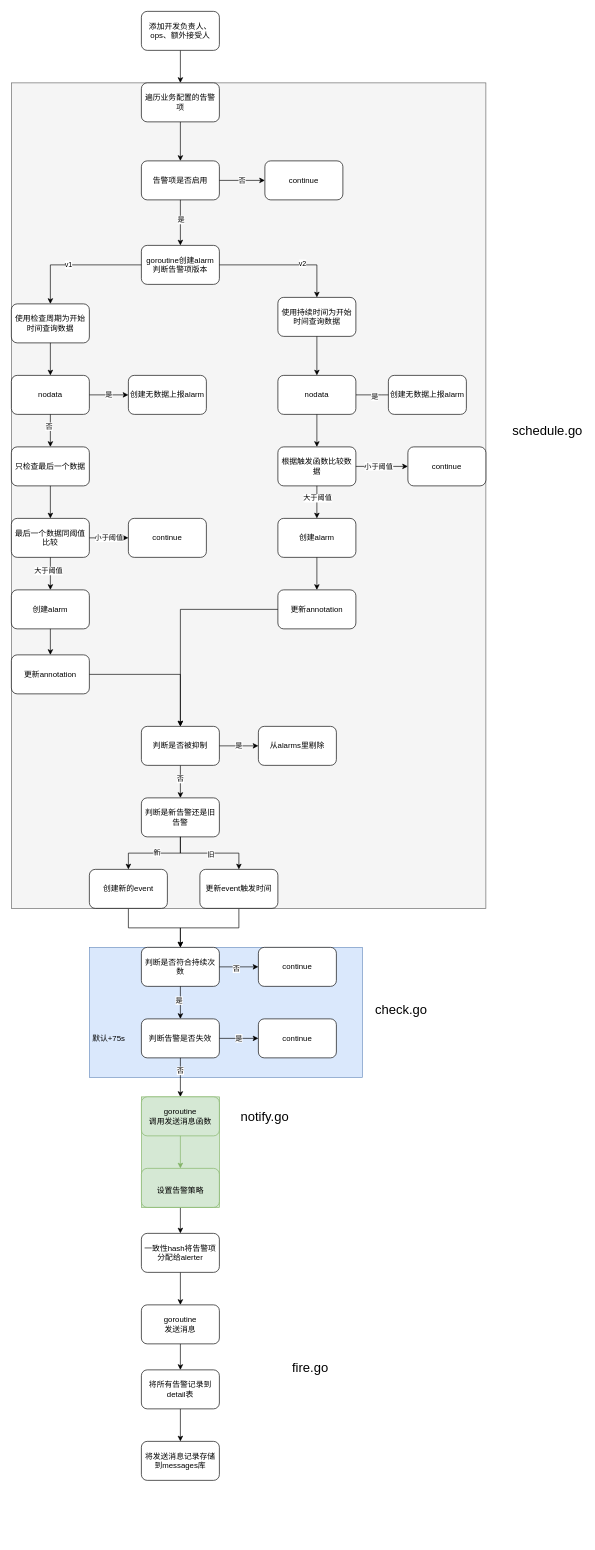
Earlier version of the draw.io diagram alarm流程.drawio (wupei-w/diagrams). Source tidied: cells renumbered, new cells numbered last; positions are measured from the earlier drawing's top-left corner, leaving out a move shared by most shapes. Both pictures are drawn from the tidied source at 65%, with x=0, y=0 at pixel (11, 11).
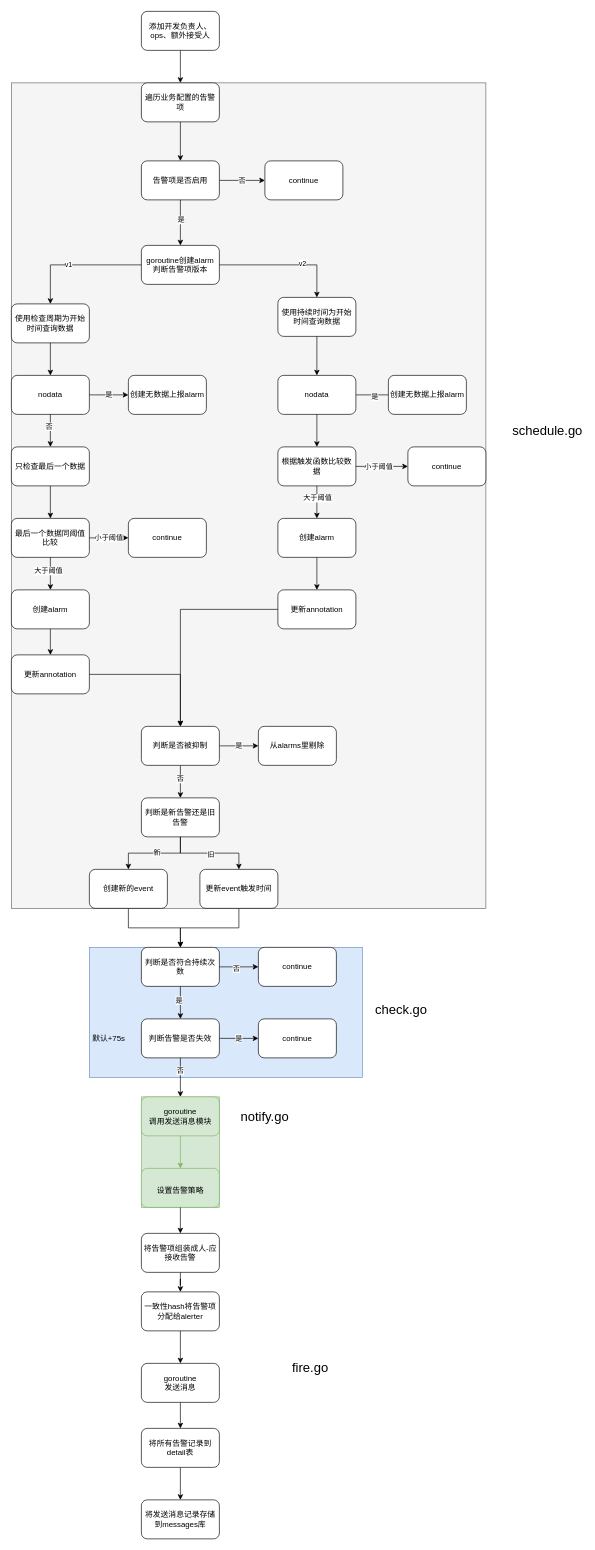
Above is the later version.

Unchanged cells that the change refers to:
```xml
<mxCell id="92" style="group;fillColor=#d5e8d4;strokeColor=#82b366;" parent="1" vertex="1">
  <mxGeometry x="200" y="1670" width="120" height="170" as="geometry" />
</mxCell>
<mxCell id="94" value="&lt;font style=&quot;font-size: 12px;&quot;&gt;设置告警策略&lt;/font&gt;" style="whiteSpace=wrap;html=1;rounded=1;fontSize=20;fillColor=#d5e8d4;strokeColor=#82b366;" parent="92" vertex="1">
  <mxGeometry y="110" width="120" height="60" as="geometry" />
</mxCell>
```

Change to the diagram source:
```diff
@@
-    <mxCell id="82" style="edgeStyle=orthogonalEdgeStyle;rounded=0;jettySize=auto;html=1;fontSize=12;" parent="1" edge="1" source="94" target="86">
-      <mxGeometry relative="1" as="geometry" />
-    </mxCell>
@@
     <mxCell id="86" value="一致性hash将告警项分配给alerter" style="rounded=1;whiteSpace=wrap;html=1;fontSize=12;" parent="1" vertex="1">
-      <mxGeometry x="200" y="1880" width="120" height="60" as="geometry" />
+      <mxGeometry x="200" y="1970" width="120" height="60" as="geometry" />
     </mxCell>
@@
     <mxCell id="88" value="将所有告警记录到detail表" style="whiteSpace=wrap;html=1;rounded=1;fontSize=12;" parent="1" vertex="1">
-      <mxGeometry x="200" y="2090" width="120" height="60" as="geometry" />
+      <mxGeometry x="200" y="2180" width="120" height="60" as="geometry" />
     </mxCell>
     <mxCell id="89" value="将发送消息记录存储到messages库" style="whiteSpace=wrap;html=1;rounded=1;" parent="1" vertex="1">
-      <mxGeometry x="200" y="2200" width="120" height="60" as="geometry" />
+      <mxGeometry x="200" y="2290" width="120" height="60" as="geometry" />
     </mxCell>
@@
     <mxCell id="91" value="goroutine&lt;br&gt;发送消息" style="rounded=1;whiteSpace=wrap;html=1;fontSize=12;" parent="1" vertex="1">
-      <mxGeometry x="200" y="1990" width="120" height="60" as="geometry" />
+      <mxGeometry x="200" y="2080" width="120" height="60" as="geometry" />
     </mxCell>
@@
-    <mxCell id="93" value="goroutine&lt;br&gt;调用发送消息函数" style="whiteSpace=wrap;html=1;rounded=1;fillColor=#d5e8d4;strokeColor=#82b366;" parent="92" vertex="1">
+    <mxCell id="93" value="goroutine&lt;br&gt;调用发送消息模块" style="whiteSpace=wrap;html=1;rounded=1;fillColor=#d5e8d4;strokeColor=#82b366;" parent="92" vertex="1">
       <mxGeometry width="120" height="60" as="geometry" />
     </mxCell>
@@
+    <mxCell id="96" style="edgeStyle=orthogonalEdgeStyle;rounded=0;jettySize=auto;html=1;fontSize=12;" parent="1" edge="1" source="97" target="86">
+      <mxGeometry relative="1" as="geometry" />
+    </mxCell>
+    <mxCell id="97" value="将告警项组装成人-应接收告警" style="rounded=1;whiteSpace=wrap;html=1;fontSize=12;" parent="1" vertex="1">
+      <mxGeometry x="200" y="1880" width="120" height="60" as="geometry" />
+    </mxCell>
+    <mxCell id="98" style="edgeStyle=orthogonalEdgeStyle;rounded=0;jettySize=auto;html=1;fontSize=12;" parent="1" edge="1" source="94" target="97">
+      <mxGeometry relative="1" as="geometry" />
+    </mxCell>
```
